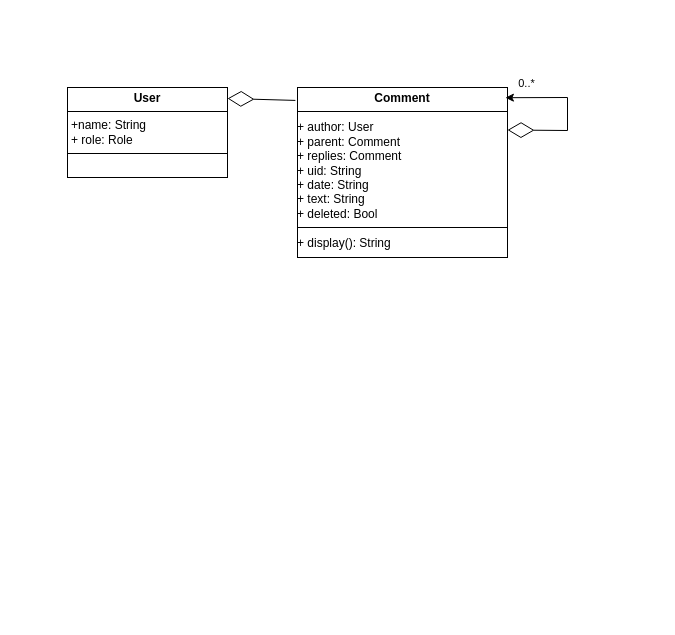
Above: UML.drawio in pricedown/ThreadedComments (draw.io), before the change. Source tidied: cells renumbered, new cells numbered last; positions are measured from the earlier drawing's top-left corner, leaving out a move shared by most shapes. Both pictures are drawn from the tidied source at 100%, with x=0, y=0 at pixel (67, 87).
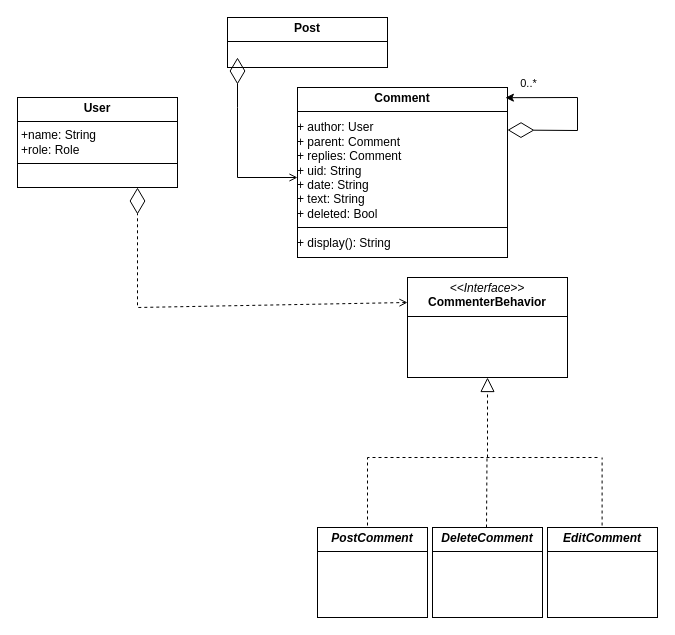
The same diagram, later.

Unchanged cells that the change refers to:
```xml
<mxCell id="2" value="&lt;p style=&quot;margin:0px;margin-top:4px;text-align:center;&quot;&gt;&lt;b&gt;Comment&lt;/b&gt;&lt;/p&gt;&lt;hr style=&quot;border-style:solid;&quot; size=&quot;1&quot;&gt;&lt;div style=&quot;height:2px;&quot;&gt;&lt;/div&gt;&lt;div&gt;+ author: User&lt;br&gt;&lt;/div&gt;&lt;div&gt;+ parent: Comment&lt;/div&gt;&lt;div&gt;+ replies: Comment&lt;/div&gt;&lt;div&gt;+ uid: String&lt;br&gt;&lt;/div&gt;&lt;div&gt;+ date: String&lt;br&gt;&lt;/div&gt;&lt;div&gt;+ text: String&lt;/div&gt;&lt;div&gt;+ deleted: Bool&lt;/div&gt;&lt;hr style=&quot;border-style:solid;&quot; size=&quot;1&quot;&gt;&lt;div style=&quot;height:2px;&quot;&gt;&lt;br&gt;&lt;/div&gt;&lt;div style=&quot;height:2px;&quot;&gt;+ display(): String&lt;br&gt;&lt;/div&gt;" style="verticalAlign=top;align=left;overflow=fill;html=1;whiteSpace=wrap;" parent="1" vertex="1">
  <mxGeometry x="230" width="210" height="170" as="geometry" />
</mxCell>
```

What changed in the source:
```diff
@@
     <mxCell id="3" style="endArrow=diamondThin;endFill=0;endSize=24;html=1;rounded=0;entryX=1;entryY=0.25;entryDx=0;entryDy=0;exitX=0.99;exitY=0.06;exitDx=0;exitDy=0;startArrow=classic;startFill=1;exitPerimeter=0;" parent="1" edge="1" source="2" target="2">
       <mxGeometry relative="1" as="geometry">
         <Array as="points">
-          <mxPoint x="500" y="10" />
-          <mxPoint x="500" y="43" />
+          <mxPoint x="510" y="10" />
+          <mxPoint x="510" y="43" />
         </Array>
       </mxGeometry>
     </mxCell>
@@
-    <mxCell id="5" value="&lt;p style=&quot;margin:0px;margin-top:4px;text-align:center;&quot;&gt;&lt;b&gt;User&lt;/b&gt;&lt;/p&gt;&lt;hr style=&quot;border-style:solid;&quot; size=&quot;1&quot;&gt;&lt;p style=&quot;margin:0px;margin-left:4px;&quot;&gt;+name: String&lt;/p&gt;&lt;p style=&quot;margin:0px;margin-left:4px;&quot;&gt;+ role: Role&lt;br&gt;&lt;/p&gt;&lt;hr style=&quot;border-style:solid;&quot; size=&quot;1&quot;&gt;&lt;p style=&quot;margin:0px;margin-left:4px;&quot;&gt;&lt;br&gt;&lt;/p&gt;" style="verticalAlign=top;align=left;overflow=fill;html=1;whiteSpace=wrap;" parent="1" vertex="1">
-      <mxGeometry width="160" height="90" as="geometry" />
-    </mxCell>
-    <mxCell id="6" style="endArrow=diamondThin;endFill=0;endSize=24;html=1;rounded=0;entryX=1;entryY=0.122;entryDx=0;entryDy=0;entryPerimeter=0;exitX=-0.01;exitY=0.076;exitDx=0;exitDy=0;exitPerimeter=0;" parent="1" edge="1" source="2" target="5">
-      <mxGeometry relative="1" as="geometry" />
-    </mxCell>
+    <mxCell id="7" value="&lt;p style=&quot;margin:0px;margin-top:4px;text-align:center;&quot;&gt;&lt;b&gt;User&lt;/b&gt;&lt;/p&gt;&lt;hr style=&quot;border-style:solid;&quot; size=&quot;1&quot;&gt;&lt;p style=&quot;margin:0px;margin-left:4px;&quot;&gt;+name: String&lt;/p&gt;&lt;p style=&quot;margin:0px;margin-left:4px;&quot;&gt;+role: Role&lt;br&gt;&lt;/p&gt;&lt;hr style=&quot;border-style:solid;&quot; size=&quot;1&quot;&gt;&lt;p style=&quot;margin:0px;margin-left:4px;&quot;&gt;&lt;br&gt;&lt;/p&gt;" style="verticalAlign=top;align=left;overflow=fill;html=1;whiteSpace=wrap;" parent="1" vertex="1">
+      <mxGeometry x="-50" y="10" width="160" height="90" as="geometry" />
+    </mxCell>
+    <mxCell id="8" value="&lt;p style=&quot;margin:0px;margin-top:4px;text-align:center;&quot;&gt;&lt;i&gt;&amp;lt;&amp;lt;Interface&amp;gt;&amp;gt;&lt;/i&gt;&lt;br&gt;&lt;b&gt;CommenterBehavior&lt;/b&gt;&lt;br&gt;&lt;/p&gt;&lt;hr size=&quot;1&quot; style=&quot;border-style:solid;&quot;&gt;&lt;p style=&quot;margin:0px;margin-left:4px;&quot;&gt;&lt;br&gt;&lt;/p&gt;" style="verticalAlign=top;align=left;overflow=fill;html=1;whiteSpace=wrap;" parent="1" vertex="1">
+      <mxGeometry x="340" y="190" width="160" height="100" as="geometry" />
+    </mxCell>
+    <mxCell id="9" style="endArrow=block;dashed=1;endFill=0;endSize=12;html=1;rounded=0;entryX=0.5;entryY=1;entryDx=0;entryDy=0;" parent="1" edge="1" target="8">
+      <mxGeometry relative="1" as="geometry">
+        <mxPoint x="420" y="370" as="sourcePoint" />
+      </mxGeometry>
+    </mxCell>
+    <mxCell id="10" style="endArrow=none;dashed=1;endFill=0;endSize=12;html=1;rounded=0;" parent="1" edge="1">
+      <mxGeometry relative="1" as="geometry">
+        <mxPoint x="530" y="370" as="sourcePoint" />
+        <mxPoint x="300" y="370" as="targetPoint" />
+      </mxGeometry>
+    </mxCell>
+    <mxCell id="11" style="endArrow=none;dashed=1;endFill=0;endSize=12;html=1;rounded=0;entryX=0.5;entryY=1;entryDx=0;entryDy=0;" parent="1" edge="1">
+      <mxGeometry relative="1" as="geometry">
+        <mxPoint x="300" y="450" as="sourcePoint" />
+        <mxPoint x="300" y="370" as="targetPoint" />
+      </mxGeometry>
+    </mxCell>
+    <mxCell id="12" style="endArrow=none;dashed=1;endFill=0;endSize=12;html=1;rounded=0;entryX=0.5;entryY=1;entryDx=0;entryDy=0;" parent="1" edge="1">
+      <mxGeometry relative="1" as="geometry">
+        <mxPoint x="419" y="440" as="sourcePoint" />
+        <mxPoint x="419.5" y="370" as="targetPoint" />
+      </mxGeometry>
+    </mxCell>
+    <mxCell id="13" style="endArrow=none;dashed=1;endFill=0;endSize=12;html=1;rounded=0;entryX=0.5;entryY=1;entryDx=0;entryDy=0;" parent="1" edge="1">
+      <mxGeometry relative="1" as="geometry">
+        <mxPoint x="534.6" y="450" as="sourcePoint" />
+        <mxPoint x="534.6" y="370" as="targetPoint" />
+      </mxGeometry>
+    </mxCell>
+    <mxCell id="14" value="&lt;p style=&quot;margin:0px;margin-top:4px;text-align:center;&quot;&gt;&lt;b&gt;&lt;i&gt;PostComment&lt;/i&gt;&lt;/b&gt;&lt;br&gt;&lt;/p&gt;&lt;hr size=&quot;1&quot; style=&quot;border-style:solid;&quot;&gt;&lt;p style=&quot;margin:0px;margin-left:4px;&quot;&gt;&lt;br&gt;&lt;/p&gt;" style="verticalAlign=top;align=left;overflow=fill;html=1;whiteSpace=wrap;" parent="1" vertex="1">
+      <mxGeometry x="250" y="440" width="110" height="90" as="geometry" />
+    </mxCell>
+    <mxCell id="15" style="endArrow=diamondThin;endFill=0;endSize=24;html=1;rounded=0;entryX=0.75;entryY=1;entryDx=0;entryDy=0;exitX=0;exitY=0.25;exitDx=0;exitDy=0;startArrow=open;startFill=0;dashed=1;" parent="1" edge="1" source="8" target="7">
+      <mxGeometry relative="1" as="geometry">
+        <Array as="points">
+          <mxPoint x="70" y="220" />
+        </Array>
+      </mxGeometry>
+    </mxCell>
+    <mxCell id="16" value="&lt;p style=&quot;margin:0px;margin-top:4px;text-align:center;&quot;&gt;&lt;b&gt;&lt;i&gt;DeleteComment&lt;/i&gt;&lt;/b&gt;&lt;br&gt;&lt;/p&gt;&lt;hr size=&quot;1&quot; style=&quot;border-style:solid;&quot;&gt;&lt;p style=&quot;margin:0px;margin-left:4px;&quot;&gt;&lt;br&gt;&lt;/p&gt;" style="verticalAlign=top;align=left;overflow=fill;html=1;whiteSpace=wrap;" parent="1" vertex="1">
+      <mxGeometry x="365" y="440" width="110" height="90" as="geometry" />
+    </mxCell>
+    <mxCell id="17" value="&lt;p style=&quot;margin:0px;margin-top:4px;text-align:center;&quot;&gt;&lt;b&gt;&lt;i&gt;EditComment&lt;/i&gt;&lt;/b&gt;&lt;br&gt;&lt;/p&gt;&lt;hr size=&quot;1&quot; style=&quot;border-style:solid;&quot;&gt;&lt;p style=&quot;margin:0px;margin-left:4px;&quot;&gt;&lt;br&gt;&lt;/p&gt;" style="verticalAlign=top;align=left;overflow=fill;html=1;whiteSpace=wrap;" parent="1" vertex="1">
+      <mxGeometry x="480" y="440" width="110" height="90" as="geometry" />
+    </mxCell>
+    <mxCell id="18" value="&lt;p style=&quot;margin:0px;margin-top:4px;text-align:center;&quot;&gt;&lt;b&gt;Post&lt;/b&gt;&lt;/p&gt;&lt;hr style=&quot;border-style:solid;&quot; size=&quot;1&quot;&gt;" style="verticalAlign=top;align=left;overflow=fill;html=1;whiteSpace=wrap;" parent="1" vertex="1">
+      <mxGeometry x="160" y="-70" width="160" height="50" as="geometry" />
+    </mxCell>
+    <mxCell id="19" style="endArrow=diamondThin;endFill=0;endSize=24;html=1;rounded=0;entryX=0.75;entryY=1;entryDx=0;entryDy=0;startArrow=open;startFill=0;" parent="1" edge="1">
+      <mxGeometry relative="1" as="geometry">
+        <mxPoint x="230" y="90" as="sourcePoint" />
+        <mxPoint x="170" y="-30" as="targetPoint" />
+        <Array as="points">
+          <mxPoint x="170" y="90" />
+          <mxPoint x="170" y="20" />
+        </Array>
+      </mxGeometry>
+    </mxCell>
```
